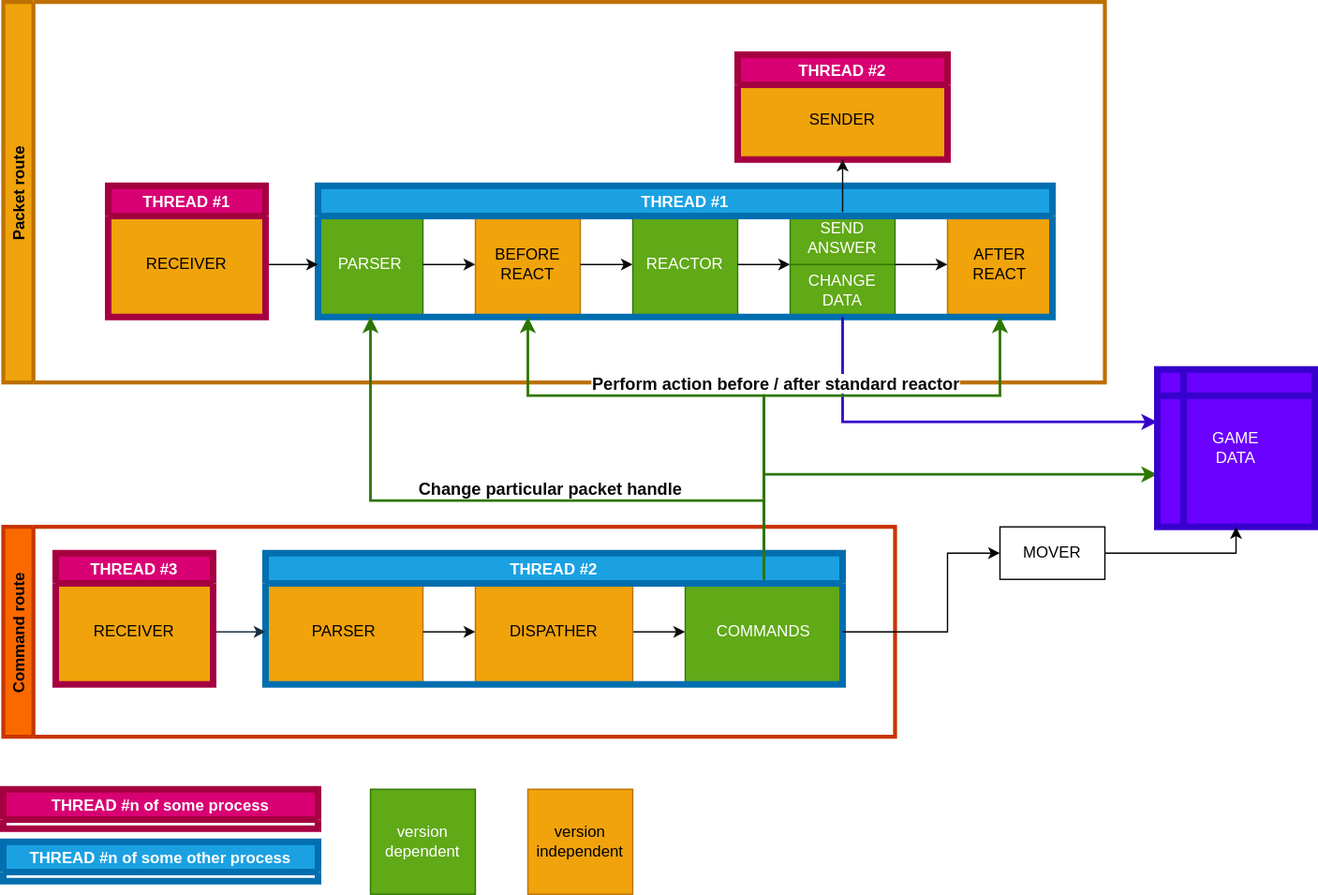
Before: architecture.svg, a diagram exported from draw.io (Nielotz/MinecraftConsoleClient). Source tidied: cells renumbered, new cells last; positions are measured from the earlier drawing's top-left corner, leaving out a move shared by most shapes.
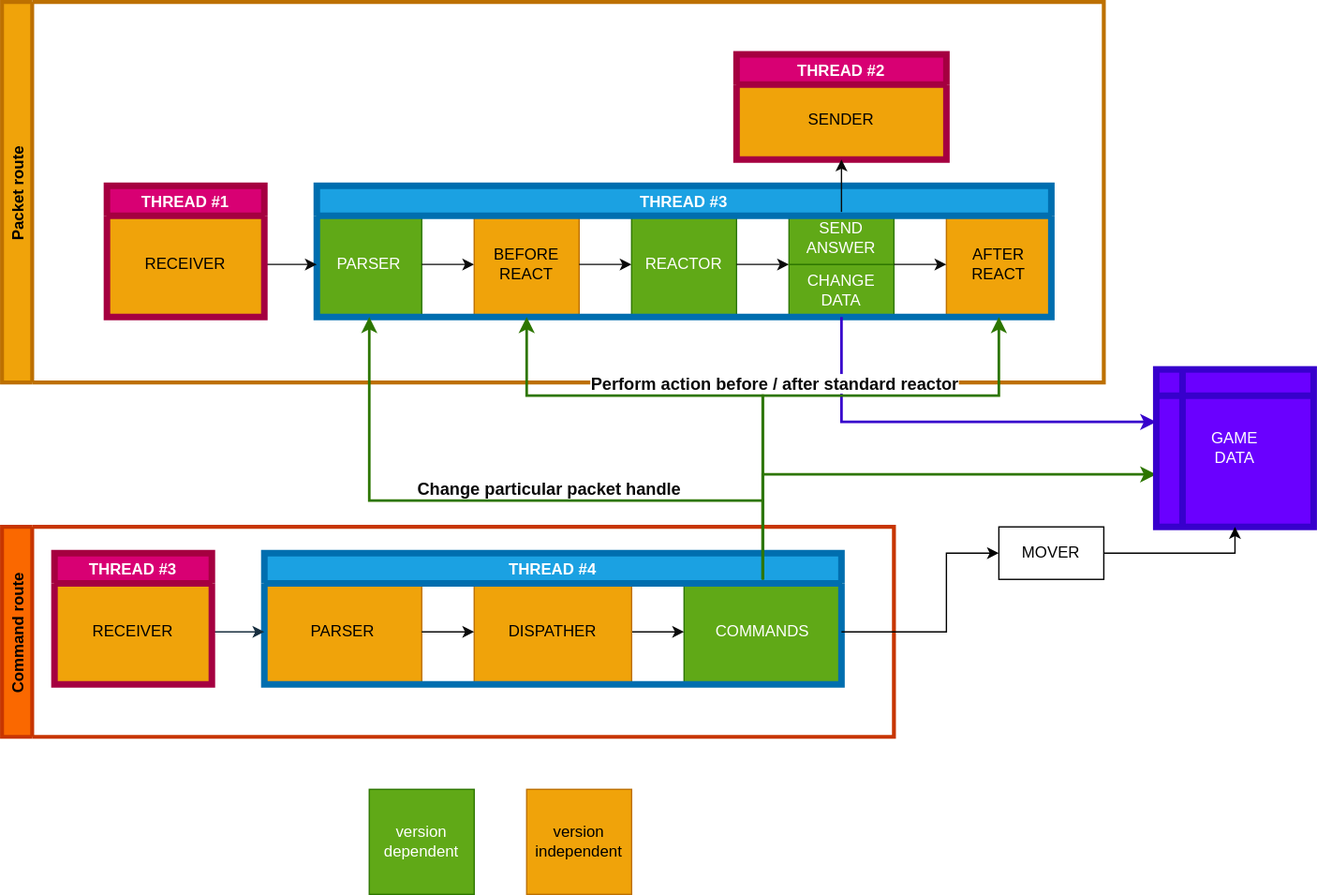
The same diagram one commit later.

Commit message:
Simplify: merge processes

The edit, as a diff of the source:
```diff
@@ -49,7 +49,7 @@
         </Array>
       </mxGeometry>
     </mxCell>
-    <mxCell id="14" value="THREAD #1" style="swimlane;labelBackgroundColor=none;fontSize=12;fontColor=#ffffff;strokeColor=#006EAF;strokeWidth=5;fillColor=#1ba1e2;verticalAlign=middle;" parent="2" vertex="1">
+    <mxCell id="14" value="THREAD #3" style="swimlane;labelBackgroundColor=none;fontSize=12;fontColor=#ffffff;strokeColor=#006EAF;strokeWidth=5;fillColor=#1ba1e2;verticalAlign=middle;" parent="2" vertex="1">
       <mxGeometry x="240" y="140" width="560" height="100" as="geometry" />
     </mxCell>
     <mxCell id="15" value="RECEIVER" style="whiteSpace=wrap;html=1;fillColor=#f0a30a;strokeColor=#BD7000;fontColor=#000000;" parent="2" vertex="1">
@@ -94,7 +94,7 @@
     <mxCell id="27" style="edgeStyle=orthogonalEdgeStyle;rounded=0;jettySize=auto;html=1;strokeColor=#0A0A0A;" parent="21" edge="1" source="26" target="25">
       <mxGeometry relative="1" as="geometry" />
     </mxCell>
-    <mxCell id="28" value="THREAD #2" style="swimlane;labelBackgroundColor=none;fontSize=12;fontColor=#ffffff;strokeColor=#006EAF;strokeWidth=5;fillColor=#1ba1e2;verticalAlign=middle;startSize=23;" parent="21" vertex="1">
+    <mxCell id="28" value="THREAD #4" style="swimlane;labelBackgroundColor=none;fontSize=12;fontColor=#ffffff;strokeColor=#006EAF;strokeWidth=5;fillColor=#1ba1e2;verticalAlign=middle;startSize=23;" parent="21" vertex="1">
       <mxGeometry x="200" y="20" width="440" height="100" as="geometry" />
     </mxCell>
     <mxCell id="29" value="RECEIVER" style="whiteSpace=wrap;html=1;fillColor=#f0a30a;fontColor=#000000;strokeColor=#BD7000;" parent="21" vertex="1">
@@ -161,12 +161,6 @@
         <mxPoint x="142" y="-8" as="offset" />
       </mxGeometry>
     </mxCell>
-    <mxCell id="41" value="THREAD #n of some process" style="swimlane;strokeWidth=5;fillColor=#d80073;strokeColor=#A50040;fontColor=#ffffff;" parent="1" vertex="1">
-      <mxGeometry y="600" width="240" height="30" as="geometry" />
-    </mxCell>
-    <mxCell id="42" value="THREAD #n of some other process" style="swimlane;strokeWidth=5;fillColor=#1ba1e2;strokeColor=#006EAF;fontColor=#ffffff;" parent="1" vertex="1">
-      <mxGeometry y="640" width="240" height="30" as="geometry" />
-    </mxCell>
     <mxCell id="43" value="version&lt;br&gt;dependent" style="whiteSpace=wrap;html=1;strokeColor=#2D7600;strokeWidth=1;fillColor=#60a917;fontColor=#ffffff;" parent="1" vertex="1">
       <mxGeometry x="280" y="600" width="80" height="80" as="geometry" />
     </mxCell>
```
